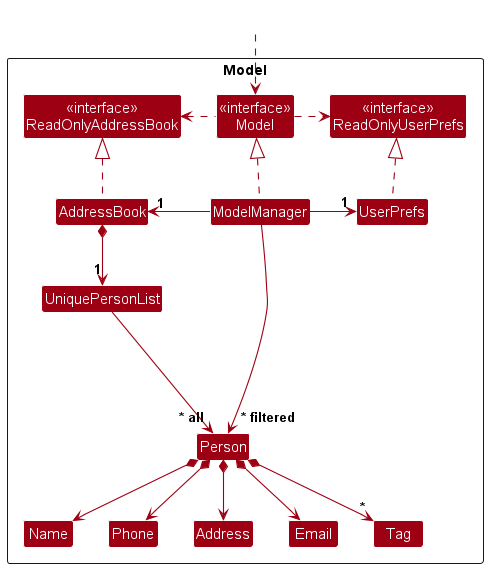
The PlantUML diagram docs/images/ModelClassDiagram.png in nus-cs2103-AY2425S1/tp, before a commit.
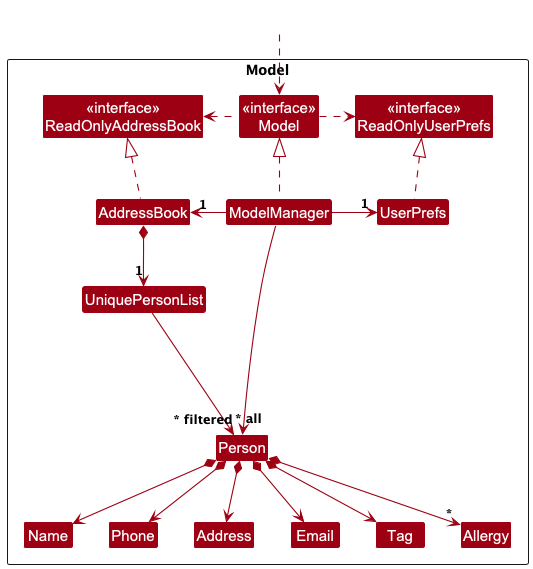
After the commit.

The edit, as a diff of the source:
```diff
@@ -19,6 +19,7 @@
 Class Name
 Class Phone
 Class Tag
+Class Allergy
 
 Class I #FFFFFF
 }
@@ -41,7 +42,8 @@
 Person *--> Phone
 Person *--> Email
 Person *--> Address
-Person *--> "*" Tag
+Person *--> "*" Allergy
+Person *--> Tag
 
 Person -[hidden]up--> I
 UniquePersonList -[hidden]right-> I
```
